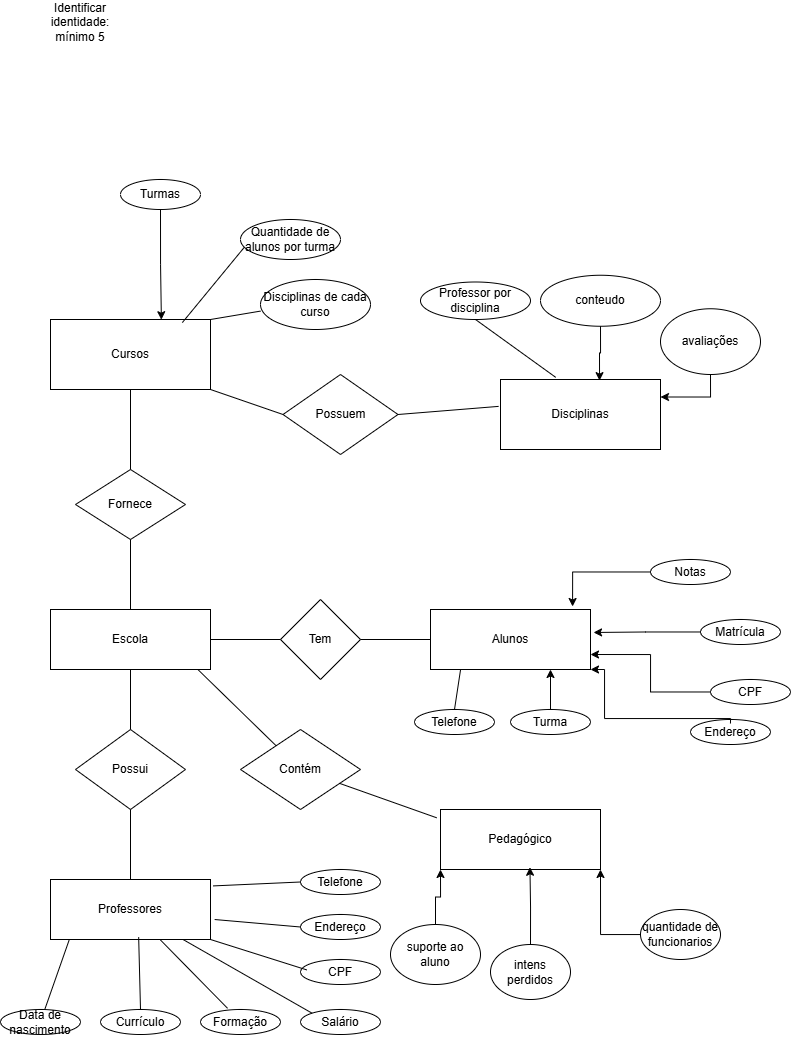
The draw.io diagram Exercício.drawio.png in soueuuta-mpgp/Portif-lio, before a commit. Source tidied: cells renumbered, new cells last; positions are measured from the earlier drawing's top-left corner, leaving out a move shared by most shapes.
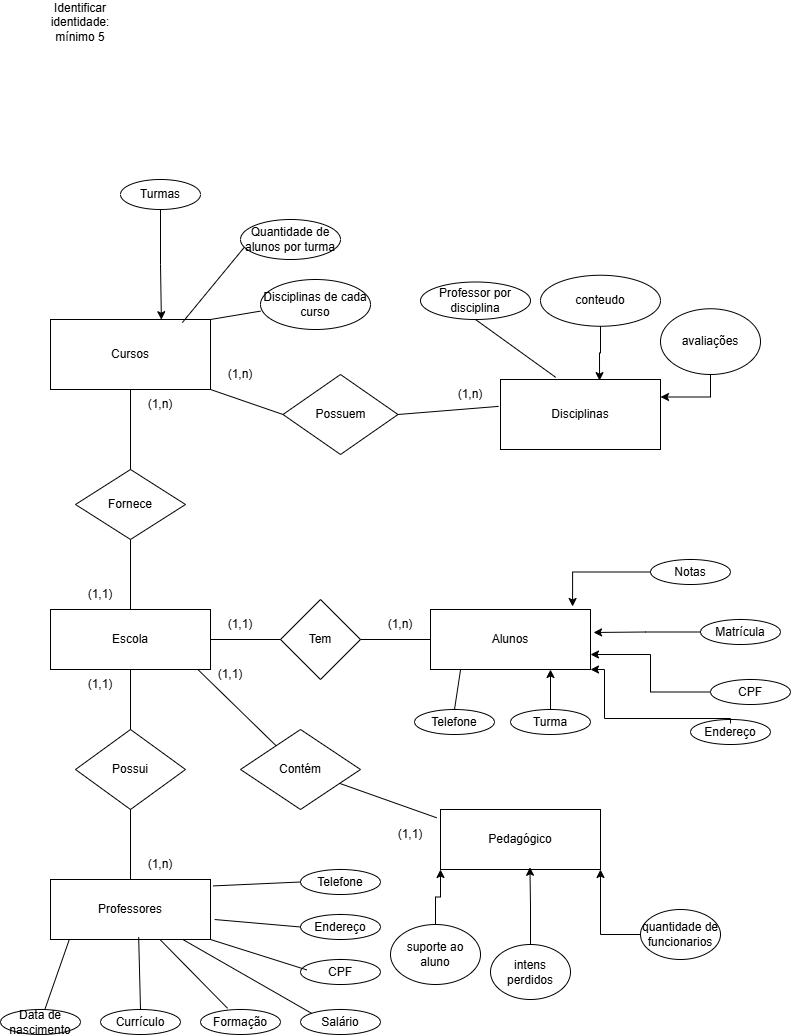
The same diagram one commit later.

Commit message:
Exercício cardinalidades

What changed in the source:
```diff
@@ -207,5 +207,35 @@
     <mxCell id="67" value="avaliações" style="ellipse;whiteSpace=wrap;html=1;" parent="1" vertex="1">
       <mxGeometry x="660" y="299.2" width="100" height="65.8" as="geometry" />
     </mxCell>
+    <mxCell id="68" value="(1,n)" style="text;html=1;whiteSpace=wrap;strokeColor=none;fillColor=none;align=center;verticalAlign=middle;rounded=0;" parent="1" vertex="1">
+      <mxGeometry x="440" y="370" width="60" height="30" as="geometry" />
+    </mxCell>
+    <mxCell id="69" value="(1,n)" style="text;html=1;whiteSpace=wrap;strokeColor=none;fillColor=none;align=center;verticalAlign=middle;rounded=0;" parent="1" vertex="1">
+      <mxGeometry x="130" y="380" width="60" height="30" as="geometry" />
+    </mxCell>
+    <mxCell id="70" value="(1,1)" style="text;html=1;whiteSpace=wrap;strokeColor=none;fillColor=none;align=center;verticalAlign=middle;rounded=0;" parent="1" vertex="1">
+      <mxGeometry x="70" y="570" width="60" height="30" as="geometry" />
+    </mxCell>
+    <mxCell id="71" value="(1,n)" style="text;html=1;whiteSpace=wrap;strokeColor=none;fillColor=none;align=center;verticalAlign=middle;rounded=0;" parent="1" vertex="1">
+      <mxGeometry x="370" y="600" width="60" height="30" as="geometry" />
+    </mxCell>
+    <mxCell id="72" value="(1,1)" style="text;html=1;whiteSpace=wrap;strokeColor=none;fillColor=none;align=center;verticalAlign=middle;rounded=0;" parent="1" vertex="1">
+      <mxGeometry x="210" y="600" width="60" height="30" as="geometry" />
+    </mxCell>
+    <mxCell id="73" value="(1,n)" style="text;html=1;whiteSpace=wrap;strokeColor=none;fillColor=none;align=center;verticalAlign=middle;rounded=0;" parent="1" vertex="1">
+      <mxGeometry x="130" y="840" width="60" height="30" as="geometry" />
+    </mxCell>
+    <mxCell id="74" value="(1,1)" style="text;html=1;whiteSpace=wrap;strokeColor=none;fillColor=none;align=center;verticalAlign=middle;rounded=0;" parent="1" vertex="1">
+      <mxGeometry x="70" y="660" width="60" height="30" as="geometry" />
+    </mxCell>
+    <mxCell id="75" value="(1,1)" style="text;html=1;whiteSpace=wrap;strokeColor=none;fillColor=none;align=center;verticalAlign=middle;rounded=0;" parent="1" vertex="1">
+      <mxGeometry x="380" y="810" width="60" height="30" as="geometry" />
+    </mxCell>
+    <mxCell id="76" value="(1,1)" style="text;html=1;whiteSpace=wrap;strokeColor=none;fillColor=none;align=center;verticalAlign=middle;rounded=0;" parent="1" vertex="1">
+      <mxGeometry x="200" y="650" width="60" height="30" as="geometry" />
+    </mxCell>
+    <mxCell id="77" value="(1,n)" style="text;html=1;whiteSpace=wrap;strokeColor=none;fillColor=none;align=center;verticalAlign=middle;rounded=0;" parent="1" vertex="1">
+      <mxGeometry x="210" y="350" width="60" height="30" as="geometry" />
+    </mxCell>
   </root>
 </mxGraphModel>
```
